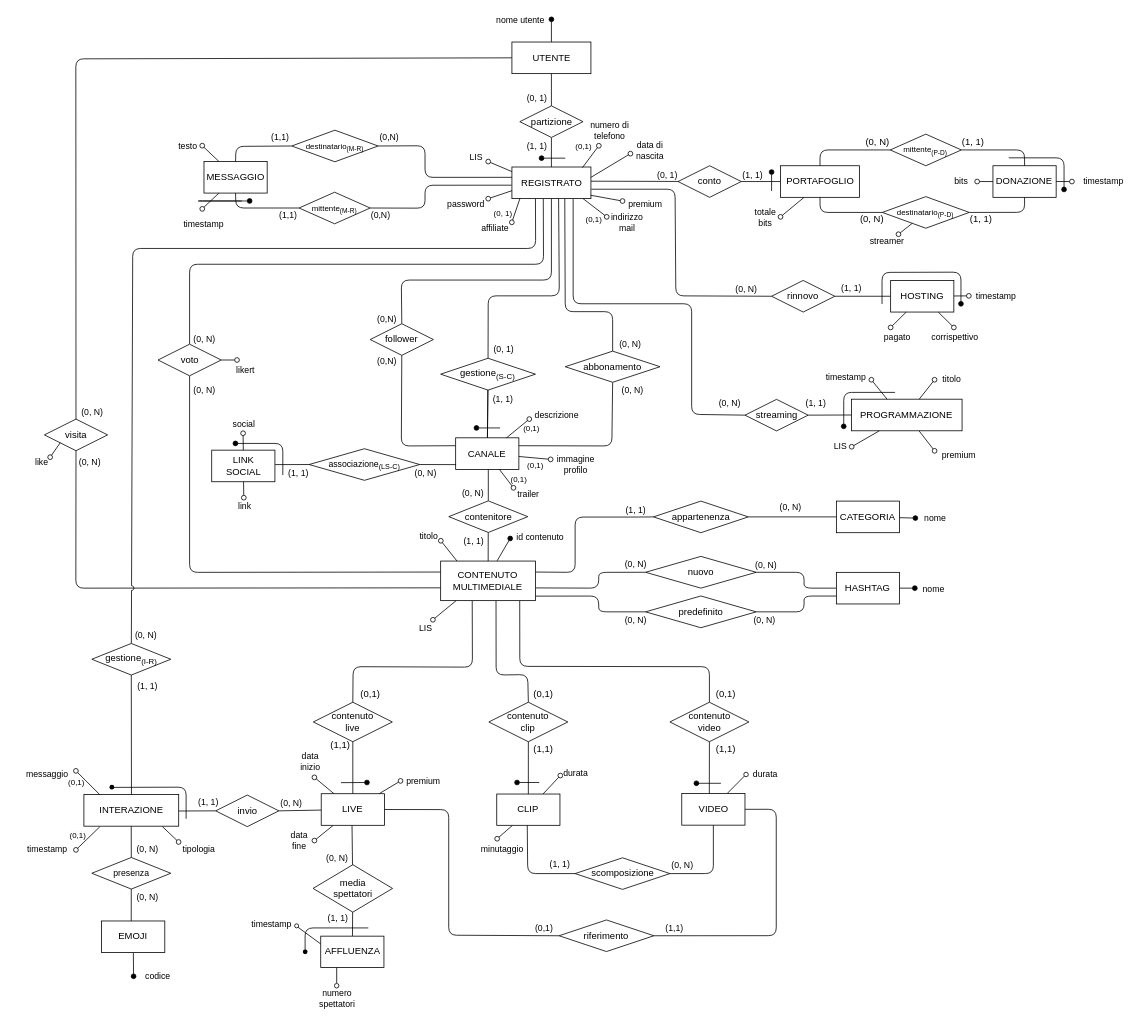
Mattron2000/Basi_di_dati keeps this draw.io diagram as Progetto Esame - DBSperimentazioni A.A. 2023-2024/Diagrammi/2.4_ER_rist_1.drawio. Above is the earlier version. Source tidied: cells renumbered, new cells numbered last; positions are measured from the earlier drawing's top-left corner, leaving out a move shared by most shapes. Both pictures are drawn from the tidied source at 79%, with x=0, y=0 at pixel (25, 19).
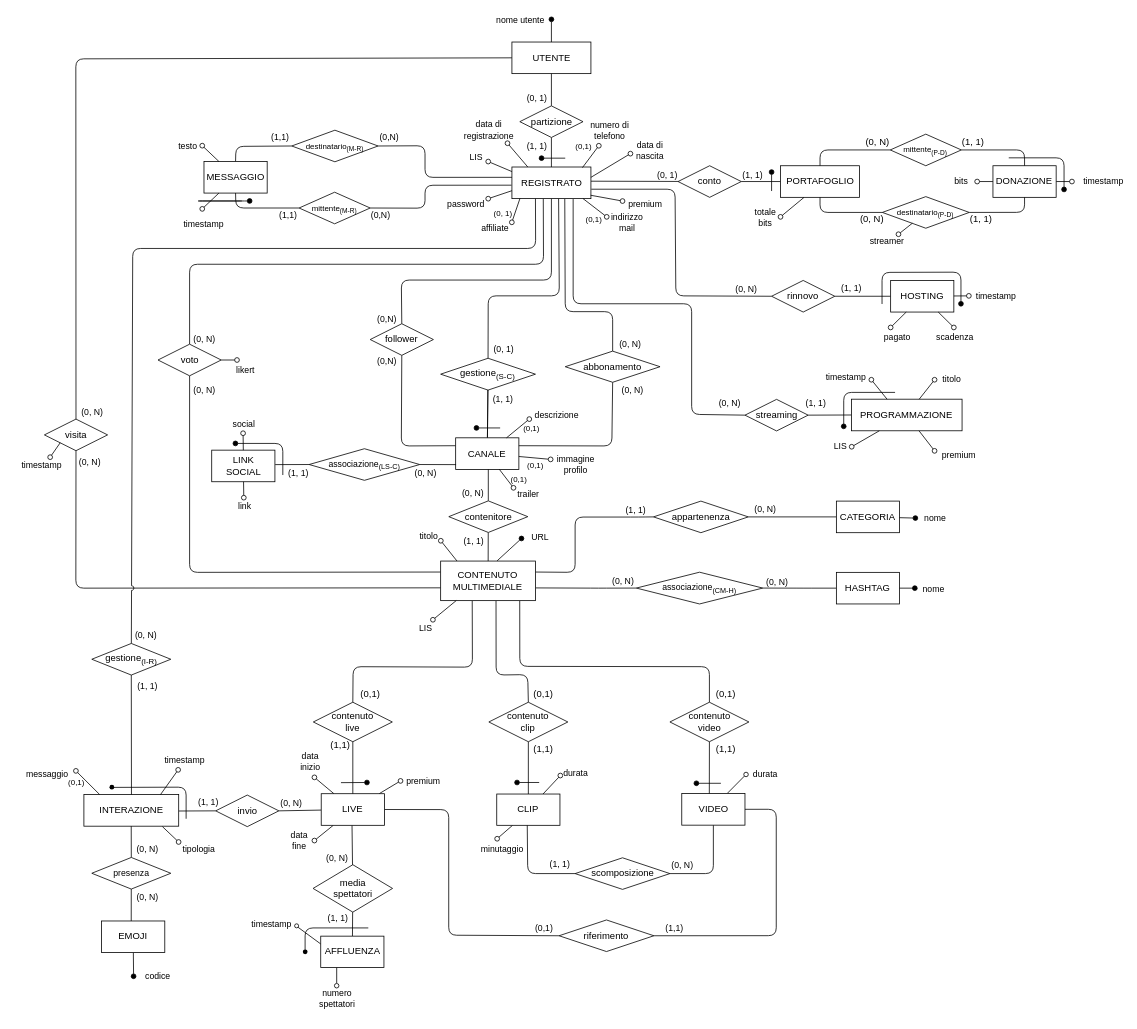
The same diagram, later.

Commit message (it also covers changes not shown here):
Corretto schema ER + schema relazionale

The change refers to these unchanged cells:
```xml
<mxCell id="53" style="edgeStyle=none;shape=connector;rounded=1;fillStyle=auto;html=1;labelBackgroundColor=default;strokeColor=default;strokeWidth=1;fontFamily=Helvetica;fontSize=11;fontColor=default;endArrow=none;endFill=0;startSize=6;endSize=6;fillColor=#000000;startArrow=oval;startFill=0;" parent="1" edge="1" target="47">
  <mxGeometry relative="1" as="geometry">
    <mxPoint x="1174.9" y="390" as="sourcePoint" />
  </mxGeometry>
</mxCell>
<mxCell id="76" style="edgeStyle=none;shape=connector;rounded=1;fillStyle=auto;html=1;labelBackgroundColor=default;strokeColor=default;strokeWidth=1;fontFamily=Helvetica;fontSize=11;fontColor=default;endArrow=none;endFill=0;startSize=6;endSize=6;fillColor=#000000;exitX=1;exitY=0.5;exitDx=0;exitDy=0;entryX=0;entryY=0.5;entryDx=0;entryDy=0;" parent="1" edge="1" source="79" target="80">
  <mxGeometry relative="1" as="geometry" />
</mxCell>
<mxCell id="140" value="INTERAZIONE" style="rounded=0;whiteSpace=wrap;html=1;" parent="1" vertex="1">
  <mxGeometry x="73.7" y="981.3" width="120" height="40" as="geometry" />
</mxCell>
<mxCell id="241" value="HASHTAG" style="rounded=0;whiteSpace=wrap;html=1;" parent="1" vertex="1">
  <mxGeometry x="1026.2" y="700" width="80" height="40" as="geometry" />
</mxCell>
```

The edit, as a diff of the source:
```diff
@@
-    <mxCell id="54" value="corrispettivo" style="edgeLabel;html=1;align=center;verticalAlign=middle;fontSize=11;fontFamily=Helvetica;fontColor=default;" parent="53" vertex="1">
+    <mxCell id="54" value="scadenza" style="edgeLabel;html=1;align=center;verticalAlign=middle;fontSize=11;fontFamily=Helvetica;fontColor=default;" parent="53" vertex="1">
       <mxGeometry x="-0.26" y="1" relative="1" as="geometry">
         <mxPoint x="8" y="19" as="offset" />
       </mxGeometry>
     </mxCell>
@@
     <mxCell id="77" value="(0, N)" style="edgeLabel;html=1;align=center;verticalAlign=middle;fontSize=11;fontFamily=Helvetica;fontColor=default;" parent="76" vertex="1">
       <mxGeometry x="0.43" y="1" relative="1" as="geometry">
-        <mxPoint x="-27" y="-12" as="offset" />
+        <mxPoint x="-59" y="-9" as="offset" />
       </mxGeometry>
     </mxCell>
@@
-    <mxCell id="139" value="&lt;font style=&quot;font-size: 11px;&quot;&gt;like&lt;/font&gt;" style="text;html=1;align=center;verticalAlign=middle;strokeColor=none;fillColor=none;" parent="1" vertex="1">
-      <mxGeometry y="546" width="40" height="30" as="geometry" />
+    <mxCell id="139" value="&lt;font style=&quot;font-size: 11px;&quot;&gt;timestamp&lt;/font&gt;" style="text;html=1;align=center;verticalAlign=middle;strokeColor=none;fillColor=none;" parent="1" vertex="1">
+      <mxGeometry x="-15" y="548.5" width="70" height="30" as="geometry" />
     </mxCell>
@@
-    <mxCell id="143" style="endArrow=oval;html=1;fillStyle=auto;strokeWidth=1;startSize=6;endSize=6;fillColor=#000000;startArrow=none;startFill=0;endFill=0;exitX=0.168;exitY=1.019;exitDx=0;exitDy=0;exitPerimeter=0;" parent="1" edge="1" source="140">
-      <mxGeometry relative="1" as="geometry">
-        <mxPoint x="63.6" y="1051.3" as="targetPoint" />
-      </mxGeometry>
-    </mxCell>
-    <mxCell id="144" value="timestamp" style="edgeLabel;html=1;align=center;verticalAlign=middle;" parent="143" vertex="1">
-      <mxGeometry x="0.48" y="1" relative="1" as="geometry">
-        <mxPoint x="-46" y="5" as="offset" />
-      </mxGeometry>
-    </mxCell>
@@
-    <mxCell id="154" value="&lt;span style=&quot;color: rgb(0, 0, 0); font-family: Helvetica; font-size: 10px; font-style: normal; font-variant-ligatures: normal; font-variant-caps: normal; font-weight: 400; letter-spacing: normal; orphans: 2; text-align: center; text-indent: 0px; text-transform: none; widows: 2; word-spacing: 0px; -webkit-text-stroke-width: 0px; background-color: rgb(251, 251, 251); text-decoration-thickness: initial; text-decoration-style: initial; text-decoration-color: initial; float: none; display: inline !important;&quot;&gt;(0,1)&lt;/span&gt;" style="text;whiteSpace=wrap;html=1;fontSize=10;fontColor=#000000;" parent="1" vertex="1">
-      <mxGeometry x="53.6" y="1021.3" width="50" height="40" as="geometry" />
-    </mxCell>
@@
     <mxCell id="236" style="edgeStyle=none;html=1;exitX=1.001;exitY=0.597;exitDx=0;exitDy=0;endArrow=none;endFill=0;entryX=0;entryY=0.5;entryDx=0;entryDy=0;exitPerimeter=0;strokeWidth=1;strokeColor=#000000;" parent="1" edge="1" target="240">
       <mxGeometry relative="1" as="geometry">
         <mxPoint x="645.6" y="719.7" as="sourcePoint" />
         <Array as="points">
           <mxPoint x="725.2" y="720" />
-          <mxPoint x="725.5" y="700" />
         </Array>
       </mxGeometry>
     </mxCell>
     <mxCell id="237" style="edgeStyle=none;shape=connector;rounded=1;fillStyle=auto;html=1;labelBackgroundColor=default;strokeColor=#000000;strokeWidth=1;fontFamily=Helvetica;fontSize=11;fontColor=default;endArrow=none;endFill=0;startSize=6;endSize=6;fillColor=#000000;exitX=1;exitY=0.5;exitDx=0;exitDy=0;entryX=0;entryY=0.5;entryDx=0;entryDy=0;" parent="1" edge="1" source="240" target="241">
       <mxGeometry relative="1" as="geometry">
         <Array as="points">
-          <mxPoint x="985.5" y="700" />
           <mxPoint x="985.2" y="720" />
         </Array>
       </mxGeometry>
     </mxCell>
     <mxCell id="238" value="(0, N)" style="edgeLabel;html=1;align=center;verticalAlign=middle;fontSize=11;fontFamily=Helvetica;fontColor=default;strokeColor=#000000;" parent="237" vertex="1">
       <mxGeometry x="0.43" y="1" relative="1" as="geometry">
-        <mxPoint x="-55" y="-29" as="offset" />
+        <mxPoint x="-49" y="-8" as="offset" />
       </mxGeometry>
     </mxCell>
     <mxCell id="239" value="(0, N)" style="edgeLabel;html=1;align=center;verticalAlign=middle;strokeColor=#000000;" parent="1" vertex="1">
-      <mxGeometry x="771.5" y="689" as="geometry" />
+      <mxGeometry x="755.5" y="710.8" as="geometry" />
     </mxCell>
-    <mxCell id="240" value="&lt;font style=&quot;font-size: 12px;&quot;&gt;nuovo&lt;/font&gt;" style="rhombus;whiteSpace=wrap;html=1;strokeColor=#000000;strokeWidth=1;" parent="1" vertex="1">
-      <mxGeometry x="784.7" y="679.8" width="140" height="40.2" as="geometry" />
+    <mxCell id="240" value="&lt;font style=&quot;font-size: 11px;&quot;&gt;associazione&lt;sub style=&quot;&quot;&gt;(CM-H)&lt;/sub&gt;&lt;/font&gt;" style="rhombus;whiteSpace=wrap;html=1;strokeColor=#000000;strokeWidth=1;" parent="1" vertex="1">
+      <mxGeometry x="773" y="699.8" width="160" height="40.2" as="geometry" />
     </mxCell>
@@
-    <mxCell id="244" value="(0, N)" style="edgeLabel;html=1;align=center;verticalAlign=middle;fontSize=11;fontFamily=Helvetica;fontColor=default;strokeColor=#000000;" parent="1" vertex="1">
-      <mxGeometry x="935.8" y="760.1" as="geometry">
-        <mxPoint x="-1" y="-1" as="offset" />
-      </mxGeometry>
-    </mxCell>
-    <mxCell id="245" value="(0, N)" style="edgeLabel;html=1;align=center;verticalAlign=middle;strokeColor=#000000;" parent="1" vertex="1">
-      <mxGeometry x="771.5" y="760.1" as="geometry" />
-    </mxCell>
-    <mxCell id="246" value="&lt;font style=&quot;font-size: 12px;&quot;&gt;predefinito&lt;/font&gt;" style="rhombus;whiteSpace=wrap;html=1;strokeColor=#000000;strokeWidth=1;" parent="1" vertex="1">
-      <mxGeometry x="784.7" y="729.9" width="140" height="40.2" as="geometry" />
-    </mxCell>
-    <mxCell id="247" style="edgeStyle=none;html=1;endArrow=none;endFill=0;entryX=0;entryY=0.5;entryDx=0;entryDy=0;exitX=1;exitY=0.803;exitDx=0;exitDy=0;exitPerimeter=0;strokeWidth=1;strokeColor=#000000;" parent="1" edge="1" target="246">
-      <mxGeometry relative="1" as="geometry">
-        <mxPoint x="645.4" y="730.1" as="sourcePoint" />
-        <Array as="points">
-          <mxPoint x="725.2" y="730" />
-          <mxPoint x="725.5" y="750" />
-        </Array>
-      </mxGeometry>
-    </mxCell>
-    <mxCell id="248" style="edgeStyle=none;shape=connector;rounded=1;fillStyle=auto;html=1;labelBackgroundColor=default;strokeColor=#000000;strokeWidth=1;fontFamily=Helvetica;fontSize=11;fontColor=default;endArrow=none;endFill=0;startSize=6;endSize=6;fillColor=#000000;exitX=1;exitY=0.5;exitDx=0;exitDy=0;entryX=0;entryY=0.75;entryDx=0;entryDy=0;" parent="1" edge="1" source="246" target="241">
-      <mxGeometry relative="1" as="geometry">
-        <Array as="points">
-          <mxPoint x="985.5" y="750" />
-          <mxPoint x="985.2" y="730" />
-        </Array>
-      </mxGeometry>
-    </mxCell>
@@
-    <mxCell id="258" value="&lt;font style=&quot;font-size: 11px;&quot;&gt;id contenuto&lt;/font&gt;" style="text;html=1;align=center;verticalAlign=middle;points=[];strokeColor=none;fillColor=none;" parent="1" vertex="1">
-      <mxGeometry x="611.4" y="640" width="80" height="30" as="geometry" />
+    <mxCell id="258" value="&lt;font style=&quot;font-size: 11px;&quot;&gt;URL&lt;/font&gt;" style="text;html=1;align=center;verticalAlign=middle;points=[];strokeColor=none;fillColor=none;" parent="1" vertex="1">
+      <mxGeometry x="626.4" y="640" width="50" height="30" as="geometry" />
     </mxCell>
+    <mxCell id="259" style="endArrow=oval;html=1;fillStyle=auto;strokeWidth=1;startSize=6;endSize=6;fillColor=#000000;startArrow=none;startFill=0;endFill=0;exitX=0.38;exitY=0.002;exitDx=0;exitDy=0;exitPerimeter=0;" parent="1" edge="1">
+      <mxGeometry relative="1" as="geometry">
+        <mxPoint x="170.6" y="981.4" as="sourcePoint" />
+        <mxPoint x="193" y="950" as="targetPoint" />
+      </mxGeometry>
+    </mxCell>
+    <mxCell id="144" value="&lt;font style=&quot;font-size: 11px;&quot;&gt;timestamp&lt;/font&gt;" style="text;html=1;align=center;verticalAlign=middle;strokeColor=none;fillColor=none;" parent="1" vertex="1">
+      <mxGeometry x="165.5" y="923" width="70" height="30" as="geometry" />
+    </mxCell>
+    <mxCell id="260" style="endArrow=oval;html=1;fillStyle=auto;strokeWidth=1;startSize=6;endSize=6;fillColor=#000000;startArrow=none;startFill=0;endFill=0;exitX=0.38;exitY=0.002;exitDx=0;exitDy=0;exitPerimeter=0;" parent="1" edge="1">
+      <mxGeometry relative="1" as="geometry">
+        <mxPoint x="635.6" y="186.9" as="sourcePoint" />
+        <mxPoint x="609.9" y="156.8" as="targetPoint" />
+      </mxGeometry>
+    </mxCell>
+    <mxCell id="261" value="&lt;font style=&quot;font-size: 11px;&quot;&gt;data di &lt;br&gt;registrazione&lt;/font&gt;" style="text;html=1;align=center;verticalAlign=middle;strokeColor=none;fillColor=none;" parent="1" vertex="1">
+      <mxGeometry x="540.6" y="120" width="90" height="40" as="geometry" />
+    </mxCell>
```
